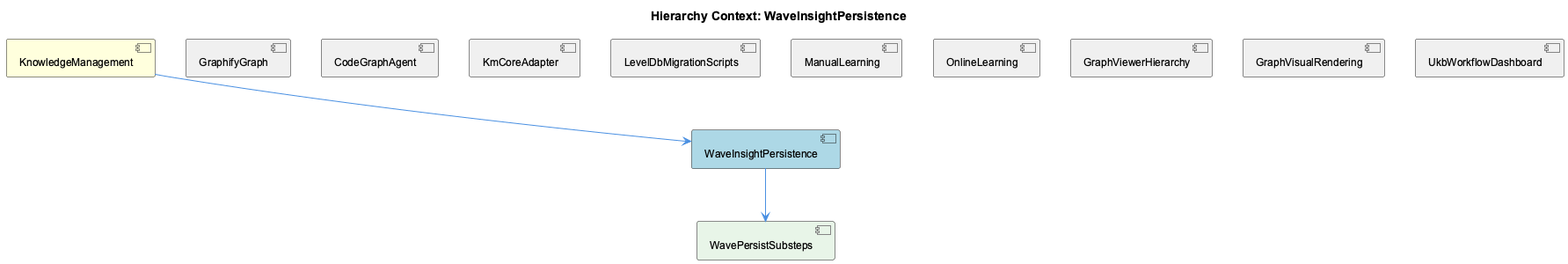
fwornle/coding keeps this PlantUML diagram as knowledge-management/insights/images/wave-insight-persistence-relationship.png. Above is the earlier version.
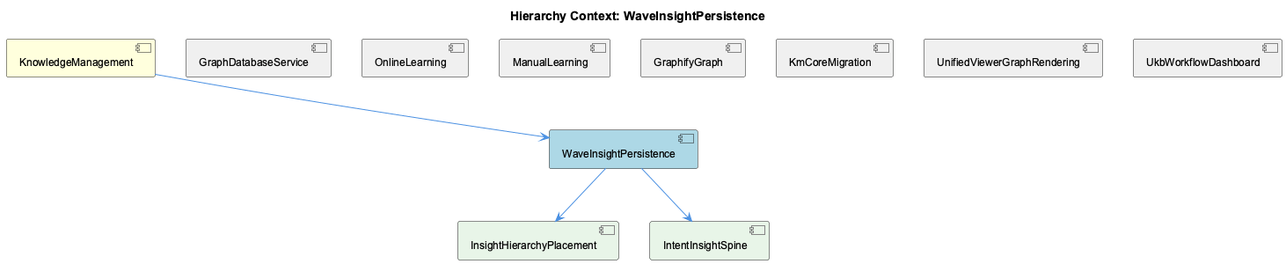
The same file after the commit.

Diff of the diagram source:
```diff
@@ -5,27 +5,25 @@
 
 [KnowledgeManagement] as knowledge_management #FFFFDD
 [WaveInsightPersistence] as wave_insight_persistence #LightBlue
+[GraphDatabaseService] as graph_database_service #F0F0F0
+[OnlineLearning] as online_learning #F0F0F0
+[ManualLearning] as manual_learning #F0F0F0
 [GraphifyGraph] as graphify_graph #F0F0F0
-[CodeGraphAgent] as code_graph_agent #F0F0F0
-[KmCoreAdapter] as km_core_adapter #F0F0F0
-[LevelDbMigrationScripts] as level_db_migration_scripts #F0F0F0
-[ManualLearning] as manual_learning #F0F0F0
-[OnlineLearning] as online_learning #F0F0F0
-[GraphViewerHierarchy] as graph_viewer_hierarchy #F0F0F0
-[GraphVisualRendering] as graph_visual_rendering #F0F0F0
+[KmCoreMigration] as km_core_migration #F0F0F0
+[UnifiedViewerGraphRendering] as unified_viewer_graph_rendering #F0F0F0
 [UkbWorkflowDashboard] as ukb_workflow_dashboard #F0F0F0
-[WavePersistSubsteps] as wave_persist_substeps #E8F5E8
+[InsightHierarchyPlacement] as insight_hierarchy_placement #E8F5E8
+[IntentInsightSpine] as intent_insight_spine #E8F5E8
 
 knowledge_management --> wave_insight_persistence
+graph_database_service -[hidden]- wave_insight_persistence
+online_learning -[hidden]- wave_insight_persistence
+manual_learning -[hidden]- wave_insight_persistence
 graphify_graph -[hidden]- wave_insight_persistence
-code_graph_agent -[hidden]- wave_insight_persistence
-km_core_adapter -[hidden]- wave_insight_persistence
-level_db_migration_scripts -[hidden]- wave_insight_persistence
-manual_learning -[hidden]- wave_insight_persistence
-online_learning -[hidden]- wave_insight_persistence
-graph_viewer_hierarchy -[hidden]- wave_insight_persistence
-graph_visual_rendering -[hidden]- wave_insight_persistence
+km_core_migration -[hidden]- wave_insight_persistence
+unified_viewer_graph_rendering -[hidden]- wave_insight_persistence
 ukb_workflow_dashboard -[hidden]- wave_insight_persistence
-wave_insight_persistence --> wave_persist_substeps
+wave_insight_persistence --> insight_hierarchy_placement
+wave_insight_persistence --> intent_insight_spine
 
 @enduml
```
